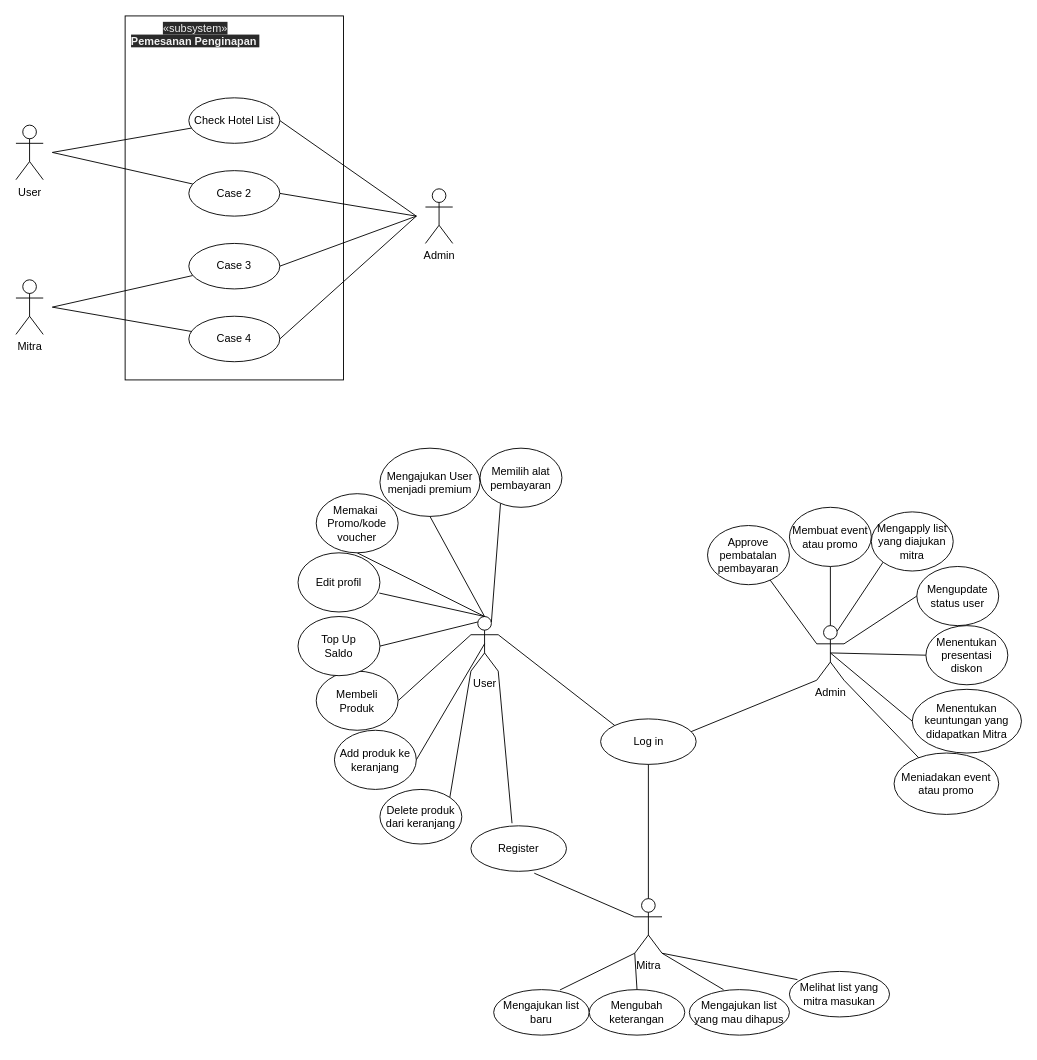
Earlier version of the draw.io diagram page "Use Case Diagram" (3 of 5) of src/info/Details.drawio (Thomassantosa/TubesPBO). Source tidied: cells renumbered, new cells numbered last; positions are measured from the earlier drawing's top-left corner, leaving out a move shared by most shapes. Both pictures are drawn from the tidied source at 91%, with x=0, y=0 at pixel (15, 15).
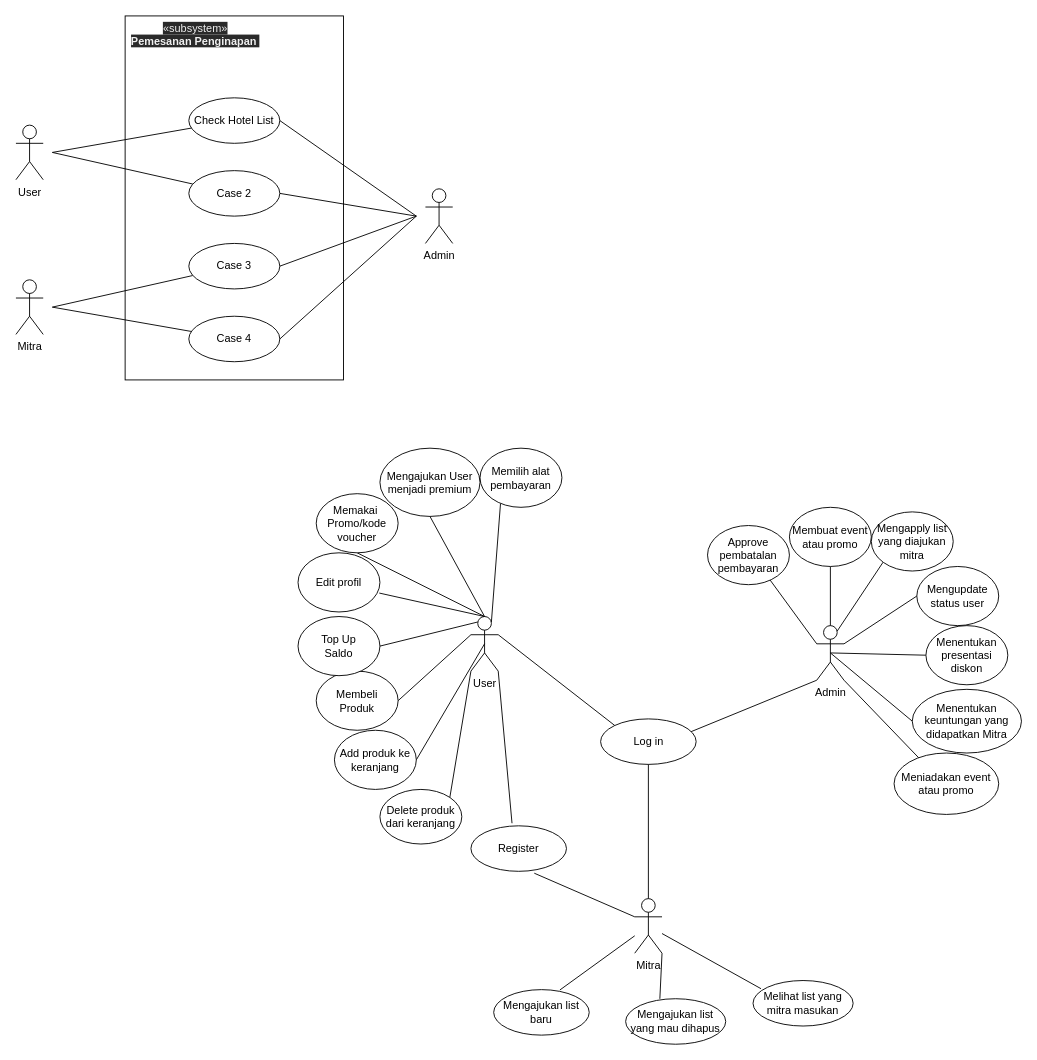
After the change.

Commit message:
use case

The change refers to these unchanged cells:
```xml
<mxCell id="25" value="Mitra" style="shape=umlActor;verticalLabelPosition=bottom;verticalAlign=top;html=1;outlineConnect=0;" parent="1" vertex="1">
  <mxGeometry x="680" y="970" width="30" height="60" as="geometry" />
</mxCell>
<mxCell id="46" value="Mengajukan list baru" style="ellipse;whiteSpace=wrap;html=1;" parent="1" vertex="1">
  <mxGeometry x="525" y="1070" width="105" height="50" as="geometry" />
</mxCell>
```

The edit, as a diff of the source:
```diff
@@
-    <mxCell id="45" style="endArrow=none;html=1;exitX=0.693;exitY=0.008;exitDx=0;exitDy=0;exitPerimeter=0;entryX=0;entryY=1;entryDx=0;entryDy=0;entryPerimeter=0;" parent="1" edge="1" source="46" target="25">
+    <mxCell id="45" style="endArrow=none;html=1;exitX=0.693;exitY=0.008;exitDx=0;exitDy=0;exitPerimeter=0;" parent="1" edge="1" source="46" target="25">
       <mxGeometry relative="1" as="geometry" />
     </mxCell>
@@
-    <mxCell id="47" style="endArrow=none;html=1;entryX=0;entryY=1;entryDx=0;entryDy=0;entryPerimeter=0;exitX=0.5;exitY=0;exitDx=0;exitDy=0;" parent="1" edge="1" source="48" target="25">
-      <mxGeometry relative="1" as="geometry" />
-    </mxCell>
-    <mxCell id="48" value="Mengubah keterangan" style="ellipse;whiteSpace=wrap;html=1;" parent="1" vertex="1">
-      <mxGeometry x="630" y="1070" width="105" height="50" as="geometry" />
-    </mxCell>
@@
     <mxCell id="50" value="Mengajukan list yang mau dihapus" style="ellipse;whiteSpace=wrap;html=1;" parent="1" vertex="1">
-      <mxGeometry x="740" y="1070" width="110" height="50" as="geometry" />
+      <mxGeometry x="670" y="1080" width="110" height="50" as="geometry" />
     </mxCell>
@@
-    <mxCell id="63" style="endArrow=none;html=1;entryX=1;entryY=1;entryDx=0;entryDy=0;entryPerimeter=0;exitX=0.08;exitY=0.18;exitDx=0;exitDy=0;exitPerimeter=0;" parent="1" edge="1" source="64" target="25">
+    <mxCell id="63" style="endArrow=none;html=1;exitX=0.08;exitY=0.18;exitDx=0;exitDy=0;exitPerimeter=0;" parent="1" edge="1" source="64" target="25">
       <mxGeometry relative="1" as="geometry" />
     </mxCell>
     <mxCell id="64" value="Melihat list yang mitra masukan" style="ellipse;whiteSpace=wrap;html=1;" parent="1" vertex="1">
-      <mxGeometry x="850" y="1050" width="110" height="50" as="geometry" />
+      <mxGeometry x="810" y="1060" width="110" height="50" as="geometry" />
     </mxCell>
```
